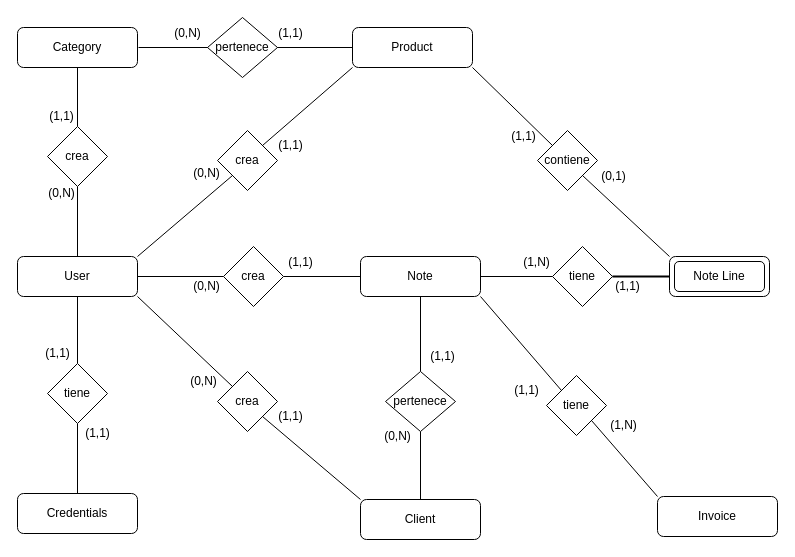
alejandrogogarcia/TFG_BE keeps this draw.io diagram as Documentacion/Esquemas/ER_Factura.drawio. Above is the earlier version. Source tidied: cells renumbered, new cells numbered last; positions are measured from the earlier drawing's top-left corner, leaving out a move shared by most shapes. Both pictures are drawn from the tidied source at 100%, with x=0, y=0 at pixel (17, 17).
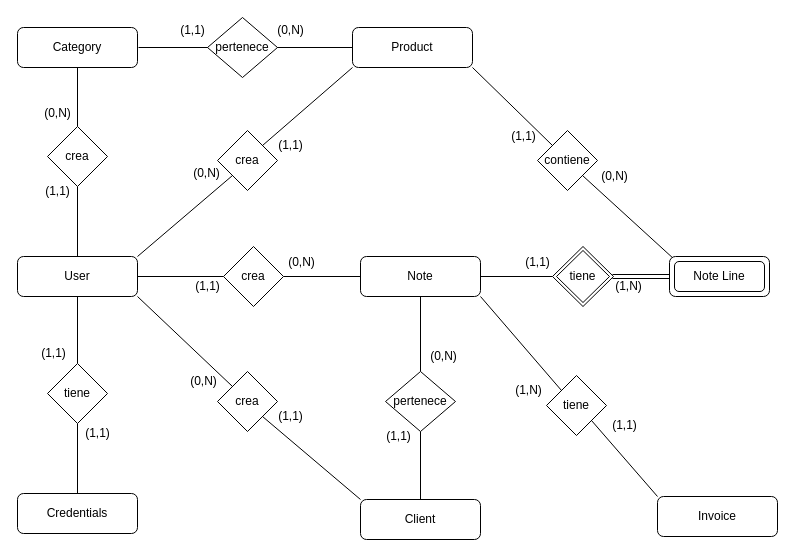
Above is the later version.

Unchanged cells that the change refers to:
```xml
<mxCell id="9" value="Note" style="rounded=1;whiteSpace=wrap;html=1;" parent="1" vertex="1">
  <mxGeometry x="343" y="239" width="120" height="40" as="geometry" />
</mxCell>
<mxCell id="34" value="contiene" style="shape=rhombus;perimeter=rhombusPerimeter;whiteSpace=wrap;html=1;align=center;" parent="1" vertex="1">
  <mxGeometry x="520" y="113" width="60" height="60" as="geometry" />
</mxCell>
```

Diff of the diagram source:
```diff
@@
-    <mxCell id="25" style="edgeStyle=none;rounded=0;jettySize=auto;html=1;exitX=1;exitY=0.5;exitDx=0;exitDy=0;endArrow=none;endFill=0;entryX=0;entryY=0.5;entryDx=0;entryDy=0;strokeWidth=2;" parent="1" edge="1" source="27">
+    <mxCell id="25" style="edgeStyle=none;rounded=0;orthogonalLoop=1;jettySize=auto;html=1;exitX=1;exitY=0.5;exitDx=0;exitDy=0;endArrow=none;endFill=0;entryX=0;entryY=0.5;entryDx=0;entryDy=0;strokeWidth=1;shape=link;" parent="1" edge="1">
       <mxGeometry relative="1" as="geometry">
+        <mxPoint x="595" y="259" as="sourcePoint" />
         <mxPoint x="652" y="259" as="targetPoint" />
       </mxGeometry>
     </mxCell>
-    <mxCell id="26" style="edgeStyle=none;rounded=0;jettySize=auto;html=1;exitX=0;exitY=0.5;exitDx=0;exitDy=0;endArrow=none;endFill=0;entryX=1;entryY=0.5;entryDx=0;entryDy=0;" parent="1" edge="1" source="27" target="9">
-      <mxGeometry relative="1" as="geometry" />
+    <mxCell id="26" style="edgeStyle=none;rounded=0;jettySize=auto;html=1;exitX=0;exitY=0.5;exitDx=0;exitDy=0;endArrow=none;endFill=0;entryX=1;entryY=0.5;entryDx=0;entryDy=0;" parent="1" edge="1" target="9">
+      <mxGeometry relative="1" as="geometry">
+        <mxPoint x="535" y="259" as="sourcePoint" />
+      </mxGeometry>
     </mxCell>
-    <mxCell id="27" value="tiene" style="shape=rhombus;perimeter=rhombusPerimeter;whiteSpace=wrap;html=1;align=center;" parent="1" vertex="1">
-      <mxGeometry x="535" y="229" width="60" height="60" as="geometry" />
-    </mxCell>
@@
-    <mxCell id="32" style="edgeStyle=none;rounded=0;jettySize=auto;html=1;exitX=1;exitY=1;exitDx=0;exitDy=0;entryX=0;entryY=0;entryDx=0;entryDy=0;endArrow=none;endFill=0;" parent="1" edge="1" source="34" target="59">
-      <mxGeometry relative="1" as="geometry" />
+    <mxCell id="32" style="edgeStyle=none;rounded=0;jettySize=auto;html=1;exitX=1;exitY=1;exitDx=0;exitDy=0;endArrow=none;endFill=0;" parent="1" edge="1" source="34">
+      <mxGeometry relative="1" as="geometry">
+        <mxPoint x="657" y="242" as="targetPoint" />
+      </mxGeometry>
     </mxCell>
@@
     <mxCell id="37" value="(1,1)" style="text;html=1;align=center;verticalAlign=middle;" parent="1" vertex="1">
-      <mxGeometry x="20" y="326" width="40" height="20" as="geometry" />
+      <mxGeometry x="16" y="326" width="40" height="20" as="geometry" />
     </mxCell>
@@
-    <mxCell id="39" value="(0,N)" style="text;html=1;align=center;verticalAlign=middle;" parent="1" vertex="1">
-      <mxGeometry x="169" y="259" width="40" height="20" as="geometry" />
+    <mxCell id="39" value="(1,1)" style="text;html=1;align=center;verticalAlign=middle;" parent="1" vertex="1">
+      <mxGeometry x="168" y="256" width="43" height="26" as="geometry" />
     </mxCell>
-    <mxCell id="40" value="(1,1)" style="text;html=1;align=center;verticalAlign=middle;" parent="1" vertex="1">
-      <mxGeometry x="263" y="235" width="40" height="20" as="geometry" />
+    <mxCell id="40" value="(0,N)" style="text;html=1;align=center;verticalAlign=middle;" parent="1" vertex="1">
+      <mxGeometry x="261" y="232" width="45" height="26" as="geometry" />
     </mxCell>
@@
-    <mxCell id="43" value="(0,N)" style="text;html=1;align=center;verticalAlign=middle;" parent="1" vertex="1">
-      <mxGeometry x="360" y="409" width="40" height="20" as="geometry" />
+    <mxCell id="43" value="(1,1)" style="text;html=1;align=center;verticalAlign=middle;" parent="1" vertex="1">
+      <mxGeometry x="359" y="406" width="43" height="26" as="geometry" />
     </mxCell>
-    <mxCell id="44" value="(1,1)" style="text;html=1;align=center;verticalAlign=middle;" parent="1" vertex="1">
-      <mxGeometry x="405" y="329" width="40" height="20" as="geometry" />
+    <mxCell id="44" value="(0,N)" style="text;html=1;align=center;verticalAlign=middle;" parent="1" vertex="1">
+      <mxGeometry x="403" y="326" width="45" height="26" as="geometry" />
     </mxCell>
@@
-    <mxCell id="47" value="(1,N)" style="text;html=1;align=center;verticalAlign=middle;" parent="1" vertex="1">
-      <mxGeometry x="499" y="235" width="40" height="20" as="geometry" />
+    <mxCell id="47" value="(1,1)" style="text;html=1;align=center;verticalAlign=middle;" parent="1" vertex="1">
+      <mxGeometry x="498" y="232" width="43" height="26" as="geometry" />
     </mxCell>
-    <mxCell id="48" value="(1,1)" style="text;html=1;align=center;verticalAlign=middle;" parent="1" vertex="1">
-      <mxGeometry x="590" y="259" width="40" height="20" as="geometry" />
+    <mxCell id="48" value="(1,N)" style="text;html=1;align=center;verticalAlign=middle;" parent="1" vertex="1">
+      <mxGeometry x="588" y="256" width="45" height="26" as="geometry" />
     </mxCell>
-    <mxCell id="49" value="(1,1)" style="text;html=1;align=center;verticalAlign=middle;" parent="1" vertex="1">
-      <mxGeometry x="489" y="363" width="40" height="20" as="geometry" />
+    <mxCell id="49" value="(1,N)" style="text;html=1;align=center;verticalAlign=middle;" parent="1" vertex="1">
+      <mxGeometry x="488" y="360" width="45" height="26" as="geometry" />
     </mxCell>
-    <mxCell id="50" value="(1,N)" style="text;html=1;align=center;verticalAlign=middle;" parent="1" vertex="1">
-      <mxGeometry x="586" y="398" width="40" height="20" as="geometry" />
+    <mxCell id="50" value="(1,1)" style="text;html=1;align=center;verticalAlign=middle;" parent="1" vertex="1">
+      <mxGeometry x="585" y="395" width="43" height="26" as="geometry" />
     </mxCell>
-    <mxCell id="51" value="(0,1)" style="text;html=1;align=center;verticalAlign=middle;" parent="1" vertex="1">
-      <mxGeometry x="576" y="149" width="40" height="20" as="geometry" />
+    <mxCell id="51" value="(0,N)" style="text;html=1;align=center;verticalAlign=middle;" parent="1" vertex="1">
+      <mxGeometry x="574" y="146" width="45" height="26" as="geometry" />
     </mxCell>
@@
     <mxCell id="53" value="(0,N)" style="text;html=1;align=center;verticalAlign=middle;" parent="1" vertex="1">
-      <mxGeometry x="150" y="6" width="40" height="20" as="geometry" />
+      <mxGeometry x="253" y="3" width="40" height="20" as="geometry" />
     </mxCell>
     <mxCell id="54" value="(1,1)" style="text;html=1;align=center;verticalAlign=middle;" parent="1" vertex="1">
-      <mxGeometry x="253" y="6" width="40" height="20" as="geometry" />
+      <mxGeometry x="155" y="3" width="40" height="20" as="geometry" />
     </mxCell>
@@
     <mxCell id="57" value="(0,N)" style="text;html=1;align=center;verticalAlign=middle;" parent="1" vertex="1">
-      <mxGeometry x="24" y="166" width="40" height="20" as="geometry" />
+      <mxGeometry x="20" y="86" width="40" height="20" as="geometry" />
     </mxCell>
     <mxCell id="58" value="(1,1)" style="text;html=1;align=center;verticalAlign=middle;" parent="1" vertex="1">
-      <mxGeometry x="24" y="89" width="40" height="20" as="geometry" />
+      <mxGeometry x="20" y="164" width="40" height="20" as="geometry" />
     </mxCell>
-    <mxCell id="59" value="Note Line" style="shape=ext;margin=3;double=1;whiteSpace=wrap;html=1;align=center;gradientColor=#ffffff;rounded=1;" parent="1" vertex="1">
+    <mxCell id="59" value="Note Line" style="shape=ext;margin=3;double=1;whiteSpace=wrap;html=1;align=center;gradientColor=none;rounded=1;" parent="1" vertex="1">
       <mxGeometry x="652" y="239" width="100" height="40" as="geometry" />
     </mxCell>
+    <mxCell id="27" value="tiene" style="shape=rhombus;double=1;perimeter=rhombusPerimeter;whiteSpace=wrap;html=1;align=center;" parent="1" vertex="1">
+      <mxGeometry x="535" y="229" width="61" height="60" as="geometry" />
+    </mxCell>
```
